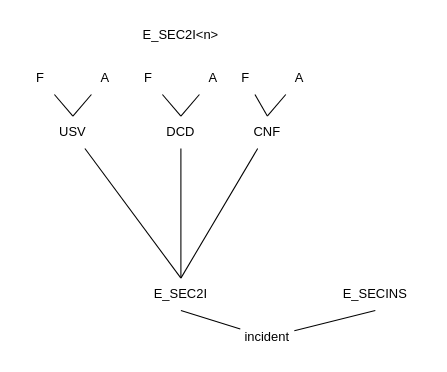
Before: figures/isoc_cisce_ic_indic.drawio in amanfucci/sistemi-informativi, a draw.io diagram. Source tidied: cells renumbered, new cells numbered last; positions are measured from the earlier drawing's top-left corner, leaving out a move shared by most shapes. Both pictures are drawn from the tidied source at 108%, with x=0, y=0 at pixel (18, 18).
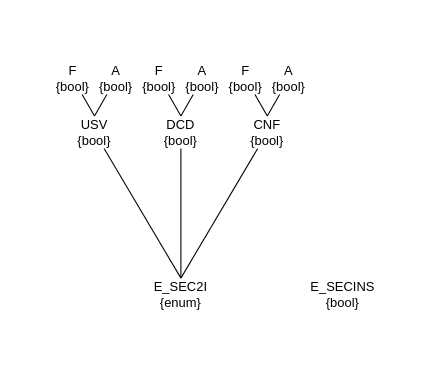
The same page after the edit.

Change to the diagram source:
```diff
@@
-    <mxCell id="2" value="A" style="text;html=1;whiteSpace=wrap;strokeColor=none;fillColor=none;align=center;verticalAlign=middle;rounded=0;" parent="1" vertex="1">
-      <mxGeometry x="60" y="40" width="40" height="30" as="geometry" />
+    <mxCell id="2" value="A&lt;br&gt;{bool}" style="text;html=1;whiteSpace=wrap;strokeColor=none;fillColor=none;align=center;verticalAlign=middle;rounded=0;" parent="1" vertex="1">
+      <mxGeometry x="70" y="40" width="40" height="30" as="geometry" />
     </mxCell>
-    <mxCell id="3" value="F" style="text;html=1;whiteSpace=wrap;strokeColor=none;fillColor=none;align=center;verticalAlign=middle;rounded=0;" parent="1" vertex="1">
-      <mxGeometry x="100" y="40" width="40" height="30" as="geometry" />
+    <mxCell id="3" value="F&lt;br&gt;{bool}" style="text;html=1;whiteSpace=wrap;strokeColor=none;fillColor=none;align=center;verticalAlign=middle;rounded=0;" parent="1" vertex="1">
+      <mxGeometry x="110" y="40" width="40" height="30" as="geometry" />
     </mxCell>
-    <mxCell id="4" value="A" style="text;html=1;whiteSpace=wrap;strokeColor=none;fillColor=none;align=center;verticalAlign=middle;rounded=0;" parent="1" vertex="1">
-      <mxGeometry x="160" y="40" width="40" height="30" as="geometry" />
+    <mxCell id="4" value="A&lt;br&gt;{bool}" style="text;html=1;whiteSpace=wrap;strokeColor=none;fillColor=none;align=center;verticalAlign=middle;rounded=0;" parent="1" vertex="1">
+      <mxGeometry x="150" y="40" width="40" height="30" as="geometry" />
     </mxCell>
-    <mxCell id="5" value="F" style="text;html=1;whiteSpace=wrap;strokeColor=none;fillColor=none;align=center;verticalAlign=middle;rounded=0;" parent="1" vertex="1">
+    <mxCell id="5" value="F&lt;br&gt;{bool}" style="text;html=1;whiteSpace=wrap;strokeColor=none;fillColor=none;align=center;verticalAlign=middle;rounded=0;" parent="1" vertex="1">
       <mxGeometry x="190" y="40" width="40" height="30" as="geometry" />
     </mxCell>
-    <mxCell id="6" value="A" style="text;html=1;whiteSpace=wrap;strokeColor=none;fillColor=none;align=center;verticalAlign=middle;rounded=0;" parent="1" vertex="1">
-      <mxGeometry x="240" y="40" width="40" height="30" as="geometry" />
+    <mxCell id="6" value="A&lt;br&gt;{bool}" style="text;html=1;whiteSpace=wrap;strokeColor=none;fillColor=none;align=center;verticalAlign=middle;rounded=0;" parent="1" vertex="1">
+      <mxGeometry x="230" y="40" width="40" height="30" as="geometry" />
     </mxCell>
-    <mxCell id="7" value="F" style="text;html=1;whiteSpace=wrap;strokeColor=none;fillColor=none;align=center;verticalAlign=middle;rounded=0;" parent="1" vertex="1">
-      <mxGeometry y="40" width="40" height="30" as="geometry" />
+    <mxCell id="7" value="F&lt;br&gt;{bool}" style="text;html=1;whiteSpace=wrap;strokeColor=none;fillColor=none;align=center;verticalAlign=middle;rounded=0;" parent="1" vertex="1">
+      <mxGeometry x="30" y="40" width="40" height="30" as="geometry" />
     </mxCell>
-    <mxCell id="8" value="E_SEC2I" style="text;html=1;whiteSpace=wrap;strokeColor=none;fillColor=none;align=center;verticalAlign=middle;rounded=0;" parent="1" vertex="1">
+    <mxCell id="8" value="E_SEC2I&lt;br&gt;{enum}" style="text;html=1;whiteSpace=wrap;strokeColor=none;fillColor=none;align=center;verticalAlign=middle;rounded=0;" parent="1" vertex="1">
       <mxGeometry x="100" y="240" width="100" height="30" as="geometry" />
     </mxCell>
@@
-    <mxCell id="15" style="endArrow=none;html=1;rounded=0;entryX=0.5;entryY=1;entryDx=0;entryDy=0;startArrow=none;startFill=0;endFill=0;endSize=8;startSize=8;" parent="1" edge="1" source="19" target="8">
-      <mxGeometry relative="1" as="geometry" />
-    </mxCell>
-    <mxCell id="16" value="E_SEC2I&amp;lt;n&amp;gt;" style="text;html=1;whiteSpace=wrap;strokeColor=none;fillColor=none;align=center;verticalAlign=middle;rounded=0;" parent="1" vertex="1">
-      <mxGeometry x="120" width="60" height="30" as="geometry" />
-    </mxCell>
-    <mxCell id="17" value="E_SECINS" style="text;html=1;whiteSpace=wrap;strokeColor=none;fillColor=none;align=center;verticalAlign=middle;rounded=0;" parent="1" vertex="1">
-      <mxGeometry x="280" y="240" width="100" height="30" as="geometry" />
+    <mxCell id="17" value="E_SECINS&lt;br&gt;{bool}" style="text;html=1;whiteSpace=wrap;strokeColor=none;fillColor=none;align=center;verticalAlign=middle;rounded=0;" parent="1" vertex="1">
+      <mxGeometry x="250" y="240" width="100" height="30" as="geometry" />
     </mxCell>
-    <mxCell id="18" style="endArrow=none;html=1;rounded=0;entryX=0.5;entryY=1;entryDx=0;entryDy=0;startArrow=none;startFill=0;endFill=0;endSize=8;startSize=8;" parent="1" edge="1" source="19" target="17">
-      <mxGeometry relative="1" as="geometry" />
-    </mxCell>
-    <mxCell id="19" value="incident" style="text;html=1;whiteSpace=wrap;strokeColor=none;fillColor=none;align=center;verticalAlign=middle;rounded=0;" parent="1" vertex="1">
-      <mxGeometry x="205" y="280" width="50" height="30" as="geometry" />
-    </mxCell>
-    <mxCell id="20" value="DCD" style="text;html=1;whiteSpace=wrap;strokeColor=none;fillColor=none;align=center;verticalAlign=middle;rounded=0;" parent="1" vertex="1">
+    <mxCell id="20" value="DCD&lt;br&gt;{bool}" style="text;html=1;whiteSpace=wrap;strokeColor=none;fillColor=none;align=center;verticalAlign=middle;rounded=0;" parent="1" vertex="1">
       <mxGeometry x="130" y="90" width="40" height="30" as="geometry" />
     </mxCell>
-    <mxCell id="21" value="CNF" style="text;html=1;whiteSpace=wrap;strokeColor=none;fillColor=none;align=center;verticalAlign=middle;rounded=0;" parent="1" vertex="1">
+    <mxCell id="21" value="CNF&lt;br&gt;{bool}" style="text;html=1;whiteSpace=wrap;strokeColor=none;fillColor=none;align=center;verticalAlign=middle;rounded=0;" parent="1" vertex="1">
       <mxGeometry x="210" y="90" width="40" height="30" as="geometry" />
     </mxCell>
-    <mxCell id="22" value="USV" style="text;html=1;whiteSpace=wrap;strokeColor=none;fillColor=none;align=center;verticalAlign=middle;rounded=0;" parent="1" vertex="1">
-      <mxGeometry x="30" y="90" width="40" height="30" as="geometry" />
+    <mxCell id="22" value="USV {bool}" style="text;html=1;whiteSpace=wrap;strokeColor=none;fillColor=none;align=center;verticalAlign=middle;rounded=0;" parent="1" vertex="1">
+      <mxGeometry x="50" y="90" width="40" height="30" as="geometry" />
     </mxCell>
```
